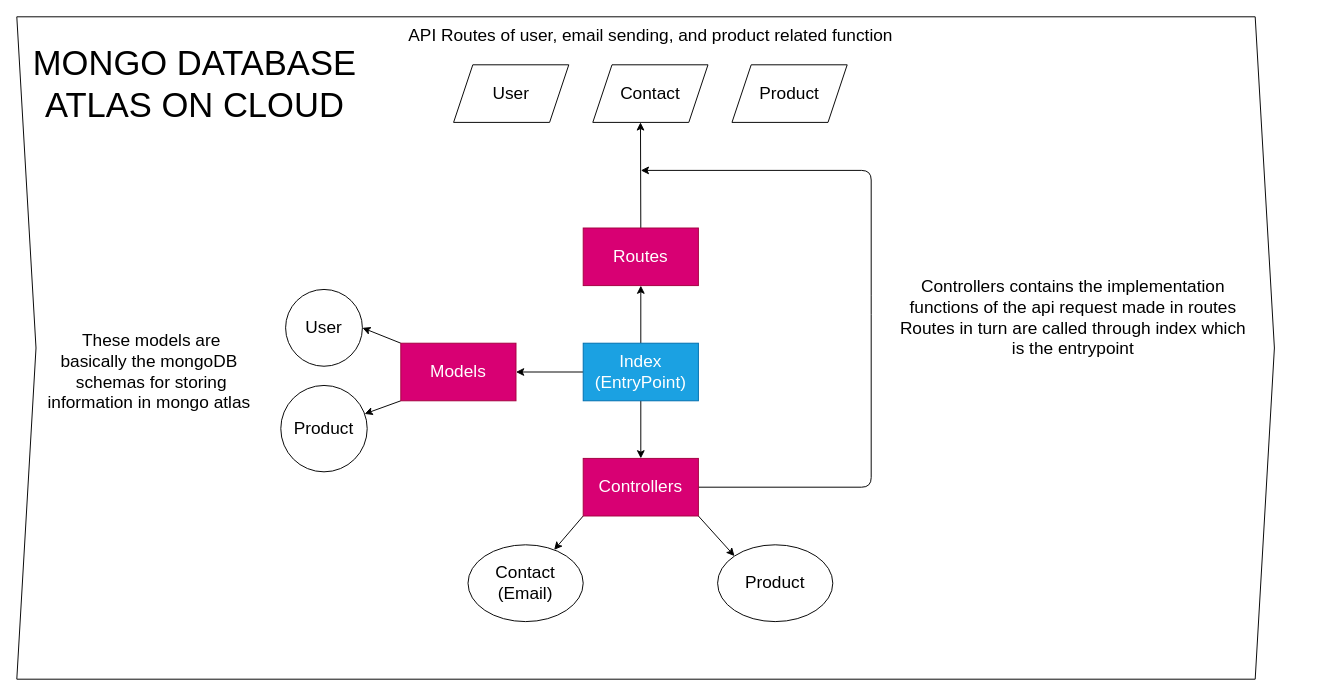
Before: flows/backendFlow.drawio in Harri200191/RuralRise, a draw.io diagram. Source tidied: cells renumbered, new cells numbered last; positions are measured from the earlier drawing's top-left corner, leaving out a move shared by most shapes. Both pictures are drawn from the tidied source at 96%, with x=0, y=0 at pixel (16, 16).
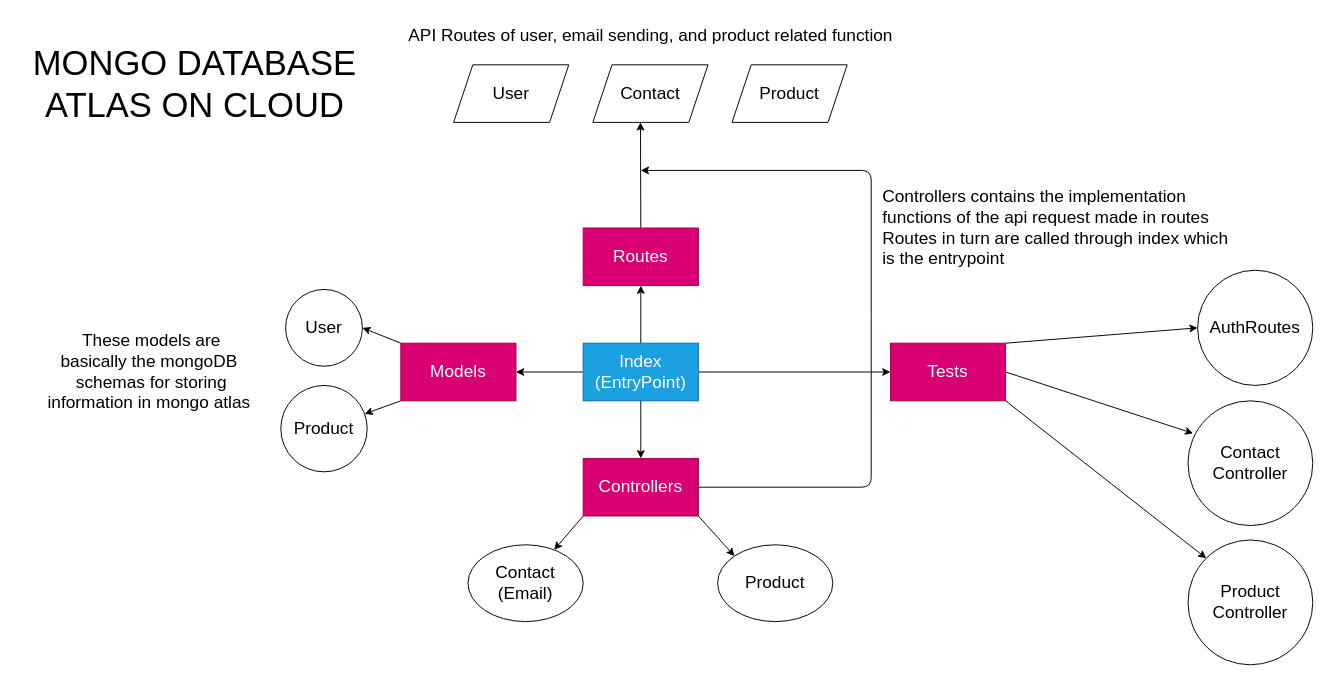
Above is the later version.

Commit message:
Updated the backend with the test suites I had written

Unchanged cells that the change refers to:
```xml
<mxCell id="14" value="Index&lt;br&gt;(EntryPoint)" style="whiteSpace=wrap;html=1;fontSize=18;fillColor=#1ba1e2;fontColor=#ffffff;strokeColor=#006EAF;" parent="1" vertex="1">
  <mxGeometry x="590" y="340" width="120" height="60" as="geometry" />
</mxCell>
```

Change to the diagram source:
```diff
@@
+    <mxCell id="27" style="edgeStyle=none;html=1;exitX=1;exitY=0.5;exitDx=0;exitDy=0;entryX=0;entryY=0.5;entryDx=0;entryDy=0;" parent="1" edge="1" source="14" target="31">
+      <mxGeometry relative="1" as="geometry" />
+    </mxCell>
@@
-    <mxCell id="23" value="Controllers contains the implementation&lt;br&gt;functions of the api request made in routes&lt;br&gt;Routes in turn are called through index which&lt;br&gt;is the entrypoint" style="text;html=1;align=center;verticalAlign=middle;strokeColor=none;fillColor=none;fontSize=18;" parent="1" vertex="1">
-      <mxGeometry x="910" y="264" width="380" height="100" as="geometry" />
+    <mxCell id="23" value="Controllers contains the implementation&lt;br&gt;functions of the api request made in routes&lt;br&gt;Routes in turn are called through index which&lt;br&gt;is the entrypoint" style="text;html=1;align=left;verticalAlign=middle;strokeColor=none;fillColor=none;fontSize=18;" parent="1" vertex="1">
+      <mxGeometry x="900" y="170" width="380" height="100" as="geometry" />
     </mxCell>
@@
-    <mxCell id="25" style="shape=step;perimeter=stepPerimeter;whiteSpace=wrap;html=1;fixedSize=1;fontSize=18;fillColor=none;" parent="1" vertex="1">
-      <mxGeometry width="1310" height="690" as="geometry" />
-    </mxCell>
@@
+    <mxCell id="28" style="edgeStyle=none;html=1;exitX=1;exitY=0;exitDx=0;exitDy=0;entryX=0;entryY=0.5;entryDx=0;entryDy=0;" parent="1" edge="1" source="31" target="33">
+      <mxGeometry relative="1" as="geometry" />
+    </mxCell>
+    <mxCell id="29" style="edgeStyle=none;html=1;exitX=1;exitY=1;exitDx=0;exitDy=0;entryX=0;entryY=0;entryDx=0;entryDy=0;" parent="1" edge="1" source="31" target="34">
+      <mxGeometry relative="1" as="geometry" />
+    </mxCell>
+    <mxCell id="30" style="edgeStyle=none;html=1;exitX=1;exitY=0.5;exitDx=0;exitDy=0;entryX=0.041;entryY=0.261;entryDx=0;entryDy=0;entryPerimeter=0;" parent="1" edge="1" source="31" target="32">
+      <mxGeometry relative="1" as="geometry" />
+    </mxCell>
+    <mxCell id="31" value="Tests" style="whiteSpace=wrap;html=1;fontSize=18;fillColor=#d80073;fontColor=#ffffff;strokeColor=#A50040;" parent="1" vertex="1">
+      <mxGeometry x="910" y="340" width="120" height="60" as="geometry" />
+    </mxCell>
+    <mxCell id="32" value="Contact&lt;br&gt;Controller" style="ellipse;whiteSpace=wrap;html=1;fontSize=18;" parent="1" vertex="1">
+      <mxGeometry x="1220" y="400" width="130" height="130" as="geometry" />
+    </mxCell>
+    <mxCell id="33" value="AuthRoutes" style="ellipse;whiteSpace=wrap;html=1;fontSize=18;" parent="1" vertex="1">
+      <mxGeometry x="1230" y="264" width="120" height="120" as="geometry" />
+    </mxCell>
+    <mxCell id="34" value="Product&lt;br&gt;Controller" style="ellipse;whiteSpace=wrap;html=1;fontSize=18;" parent="1" vertex="1">
+      <mxGeometry x="1220" y="545" width="130" height="130" as="geometry" />
+    </mxCell>
```
